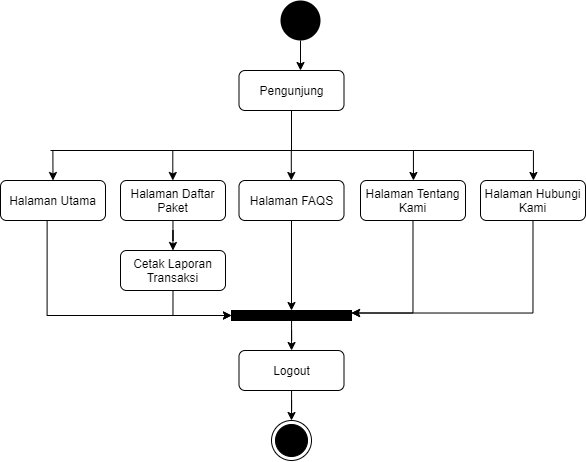
Khairul122/JK-WebPemesananJasaFotografer-ED keeps this draw.io diagram as SKRIPSI TARMIZI MAULANA/ARSIP/ACTIVITY DIAGRAM/DIAGRAM SKIRPSI TARMIZI MAULANA-AD-Pengunjung.png. Above is the earlier version. Source tidied: cells renumbered, new cells last; positions are measured from the earlier drawing's top-left corner, leaving out a move shared by most shapes.
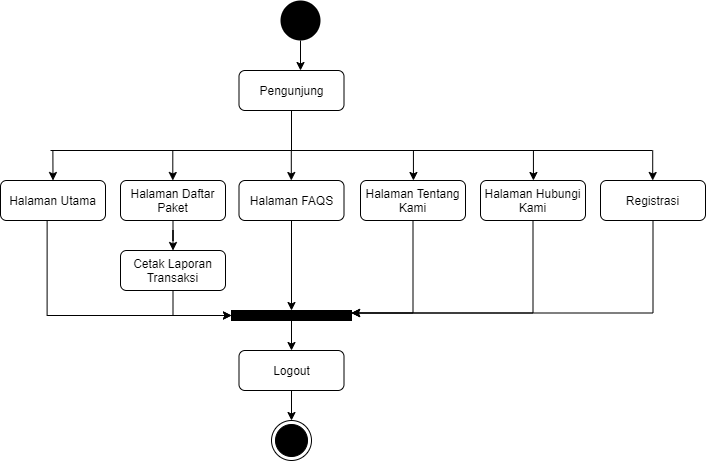
After the commit.

What changed in the source:
```diff
@@ -77,7 +77,7 @@
     <mxCell id="21" style="endArrow=none;html=1;" parent="1" edge="1">
       <mxGeometry relative="1" as="geometry">
         <mxPoint x="50" y="150" as="sourcePoint" />
-        <mxPoint x="532" y="150" as="targetPoint" />
+        <mxPoint x="652" y="150" as="targetPoint" />
       </mxGeometry>
     </mxCell>
     <mxCell id="22" style="edgeStyle=orthogonalEdgeStyle;rounded=0;jettySize=auto;html=1;entryX=1;entryY=0.25;entryDx=0;entryDy=0;exitX=0.5;exitY=1;exitDx=0;exitDy=0;" parent="1" edge="1" source="23" target="12">
@@ -104,5 +104,17 @@
         <mxPoint x="172.3" y="180" as="targetPoint" />
       </mxGeometry>
     </mxCell>
+    <mxCell id="29" style="edgeStyle=orthogonalEdgeStyle;rounded=0;jettySize=auto;html=1;entryX=1;entryY=0.25;entryDx=0;entryDy=0;exitX=0.5;exitY=1;exitDx=0;exitDy=0;" parent="1" edge="1" source="30" target="12">
+      <mxGeometry relative="1" as="geometry" />
+    </mxCell>
+    <mxCell id="30" value="Registrasi" style="rounded=1;whiteSpace=wrap;html=1;" parent="1" vertex="1">
+      <mxGeometry x="600" y="180" width="105" height="40" as="geometry" />
+    </mxCell>
+    <mxCell id="31" style="endArrow=classic;html=1;entryX=0.5;entryY=0;entryDx=0;entryDy=0;" parent="1" edge="1">
+      <mxGeometry relative="1" as="geometry">
+        <mxPoint x="652.2" y="150" as="sourcePoint" />
+        <mxPoint x="652.2" y="180" as="targetPoint" />
+      </mxGeometry>
+    </mxCell>
   </root>
 </mxGraphModel>
```
